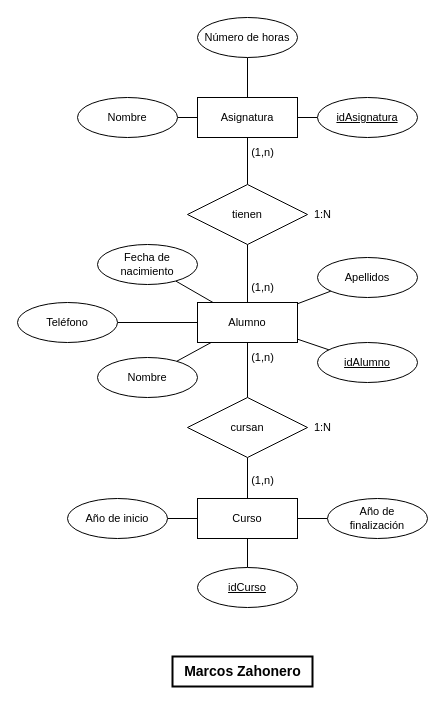
Above: page "Ejercicio 7" (4 of 4) of task2U5_MarcosZahonero.drawio in Maek0s/1DAM_Databases (draw.io), before the change. Source tidied: cells renumbered, new cells numbered last; positions are measured from the earlier drawing's top-left corner, leaving out a move shared by most shapes. Both pictures are drawn from the tidied source at 100%, with x=0, y=0 at pixel (17, 17).
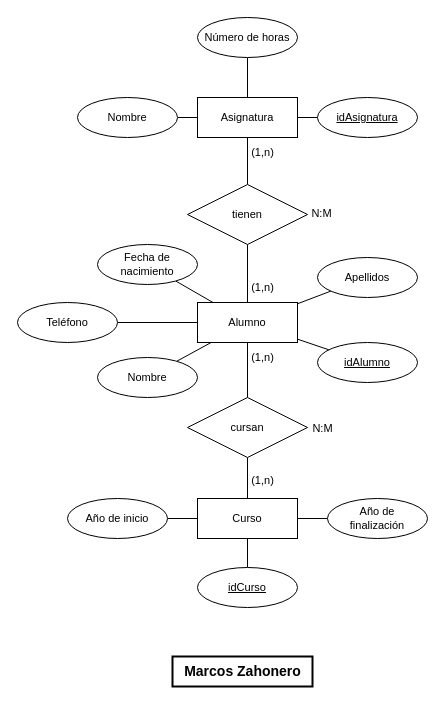
The same diagram, later.

What changed in the source:
```diff
@@
-    <mxCell id="37" value="1:N" style="text;html=1;align=center;verticalAlign=middle;strokeColor=none;fillColor=none;fontSize=11;fontFamily=Helvetica;fontColor=default;" parent="1" vertex="1">
-      <mxGeometry x="285" y="182" width="40" height="30" as="geometry" />
-    </mxCell>
-    <mxCell id="38" value="1:N" style="text;html=1;align=center;verticalAlign=middle;strokeColor=none;fillColor=none;fontSize=11;fontFamily=Helvetica;fontColor=default;" parent="1" vertex="1">
-      <mxGeometry x="285" y="395" width="40" height="30" as="geometry" />
+    <mxCell id="38" value="N:M" style="text;html=1;align=center;verticalAlign=middle;strokeColor=none;fillColor=none;fontSize=11;fontFamily=Helvetica;fontColor=default;" parent="1" vertex="1">
+      <mxGeometry x="286" y="398" width="38" height="25" as="geometry" />
     </mxCell>
@@
+    <mxCell id="40" value="N:M" style="text;html=1;align=center;verticalAlign=middle;strokeColor=none;fillColor=none;fontSize=11;fontFamily=Helvetica;fontColor=default;" parent="1" vertex="1">
+      <mxGeometry x="285" y="183.5" width="38" height="25" as="geometry" />
+    </mxCell>
```
